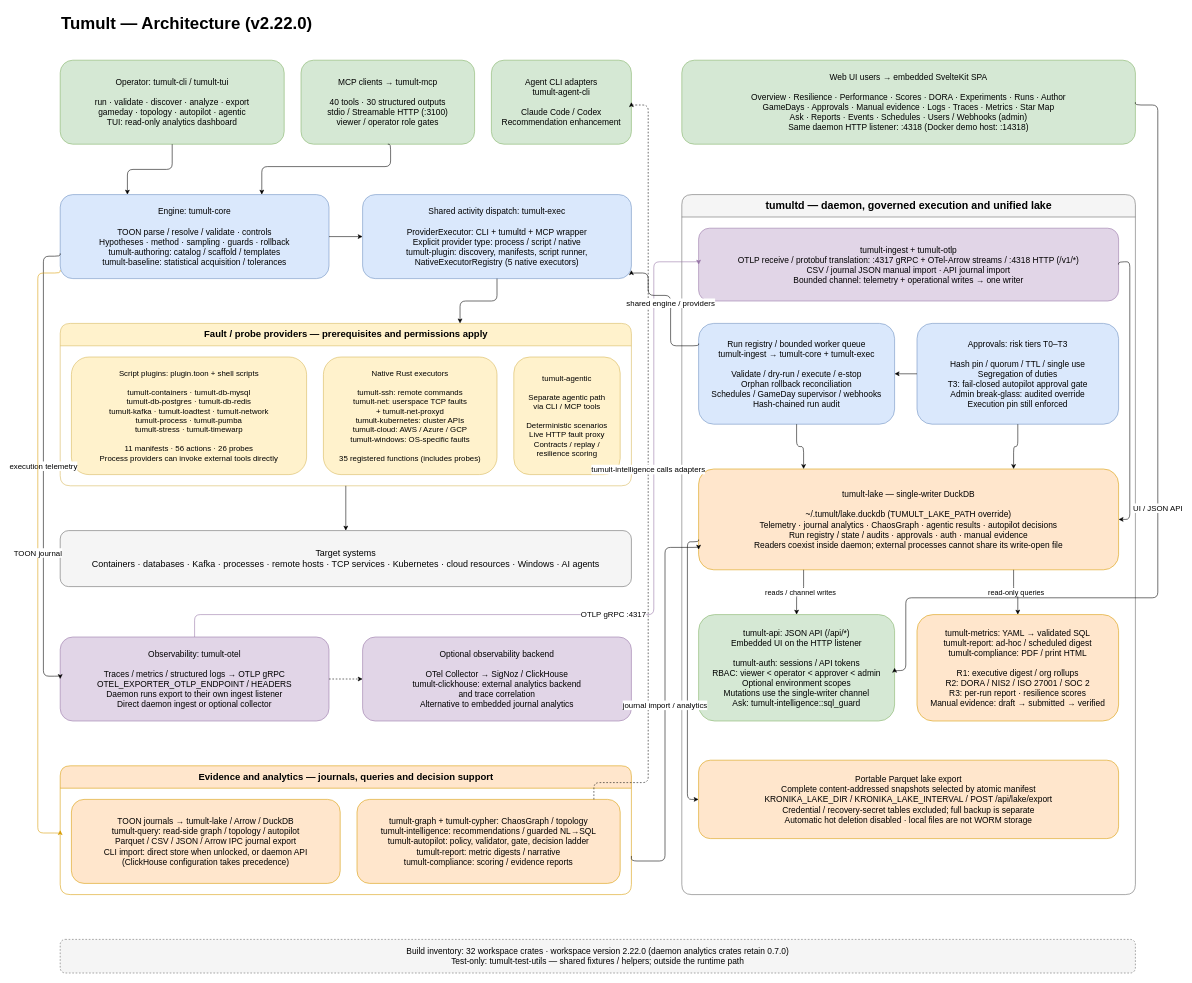
Before: page "High-Level Architecture" (1 of 3) of docs/architecture/tumult-architecture.drawio in mwigge/tumult, a draw.io diagram. Source tidied: cells renumbered, new cells numbered last; positions are measured from the earlier drawing's top-left corner, leaving out a move shared by most shapes. Both pictures are drawn from the tidied source at 56%, with x=0, y=0 at pixel (38, 10).
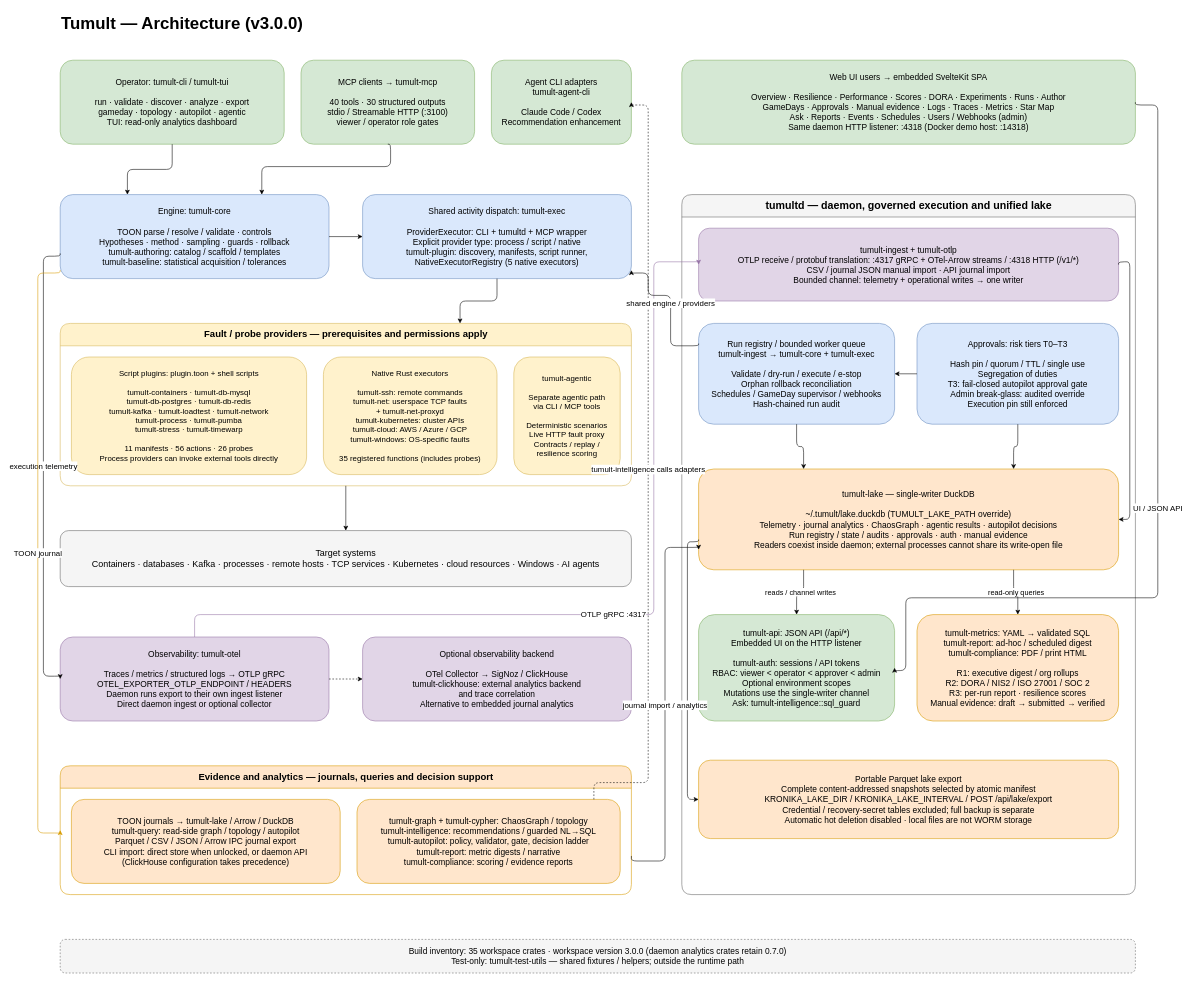
After the change.

Diff of the diagram source:
```diff
@@
-    <mxCell id="2" value="Tumult — Architecture (v2.22.0)" style="text;html=1;fontSize=30;fontStyle=1;align=left;" parent="1" vertex="1">
+    <mxCell id="2" value="Tumult — Architecture (v3.0.0)" style="text;html=1;fontSize=30;fontStyle=1;align=left;" parent="1" vertex="1">
       <mxGeometry x="40" width="1920" height="60" as="geometry" />
     </mxCell>
@@
-    <mxCell id="27" value="Build inventory: 32 workspace crates · workspace version 2.22.0 (daemon analytics crates retain 0.7.0)&#10;Test-only: tumult-test-utils — shared fixtures / helpers; outside the runtime path" style="rounded=1;whiteSpace=wrap;html=1;fillColor=#f5f5f5;strokeColor=#666666;dashed=1;fontSize=15;spacing=12;" parent="1" vertex="1">
+    <mxCell id="27" value="Build inventory: 35 workspace crates · workspace version 3.0.0 (daemon analytics crates retain 0.7.0)&#10;Test-only: tumult-test-utils — shared fixtures / helpers; outside the runtime path" style="rounded=1;whiteSpace=wrap;html=1;fillColor=#f5f5f5;strokeColor=#666666;dashed=1;fontSize=15;spacing=12;" parent="1" vertex="1">
       <mxGeometry x="40" y="1660" width="1920" height="60" as="geometry" />
     </mxCell>
```
